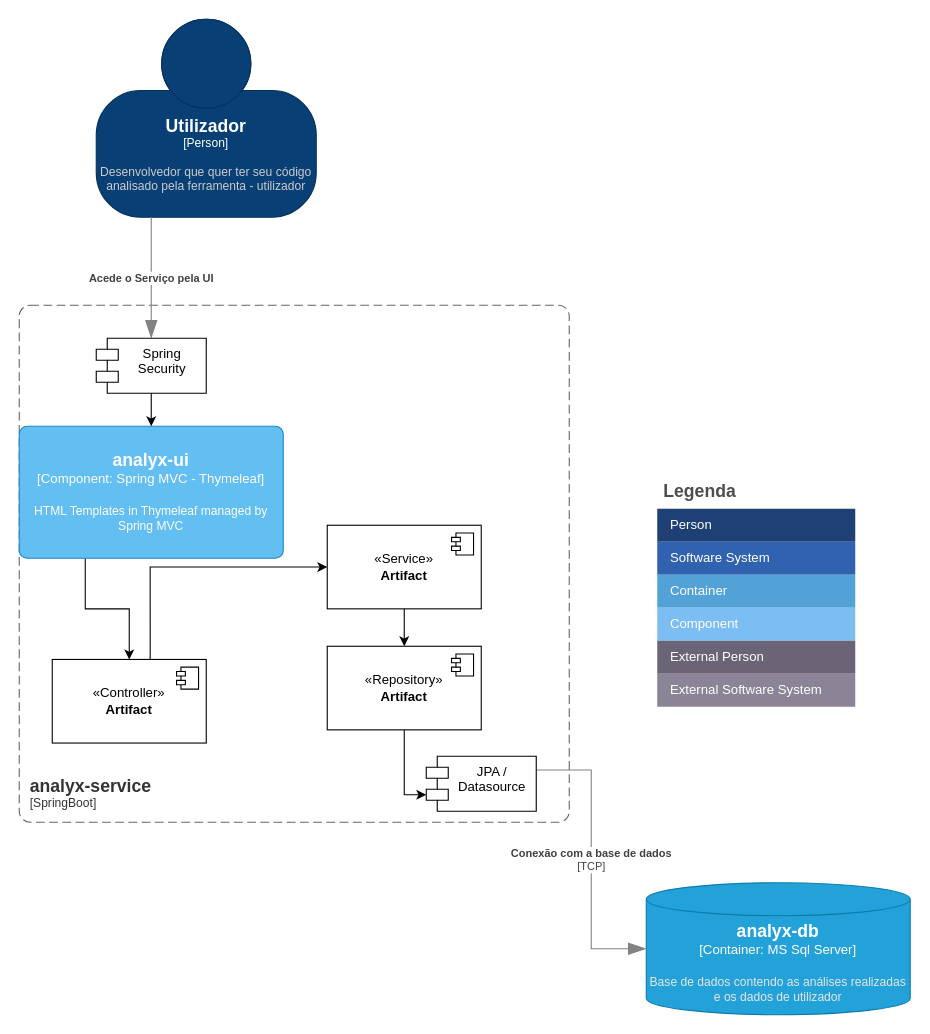
sergiowww-iscte-iul/analyx keeps this draw.io diagram as docs/DiagramaArquitetura.drawio. Above is the earlier version. Source tidied: cells renumbered, new cells numbered last; positions are measured from the earlier drawing's top-left corner, leaving out a move shared by most shapes. Both pictures are drawn from the tidied source at 110%, with x=0, y=0 at pixel (19, 19).
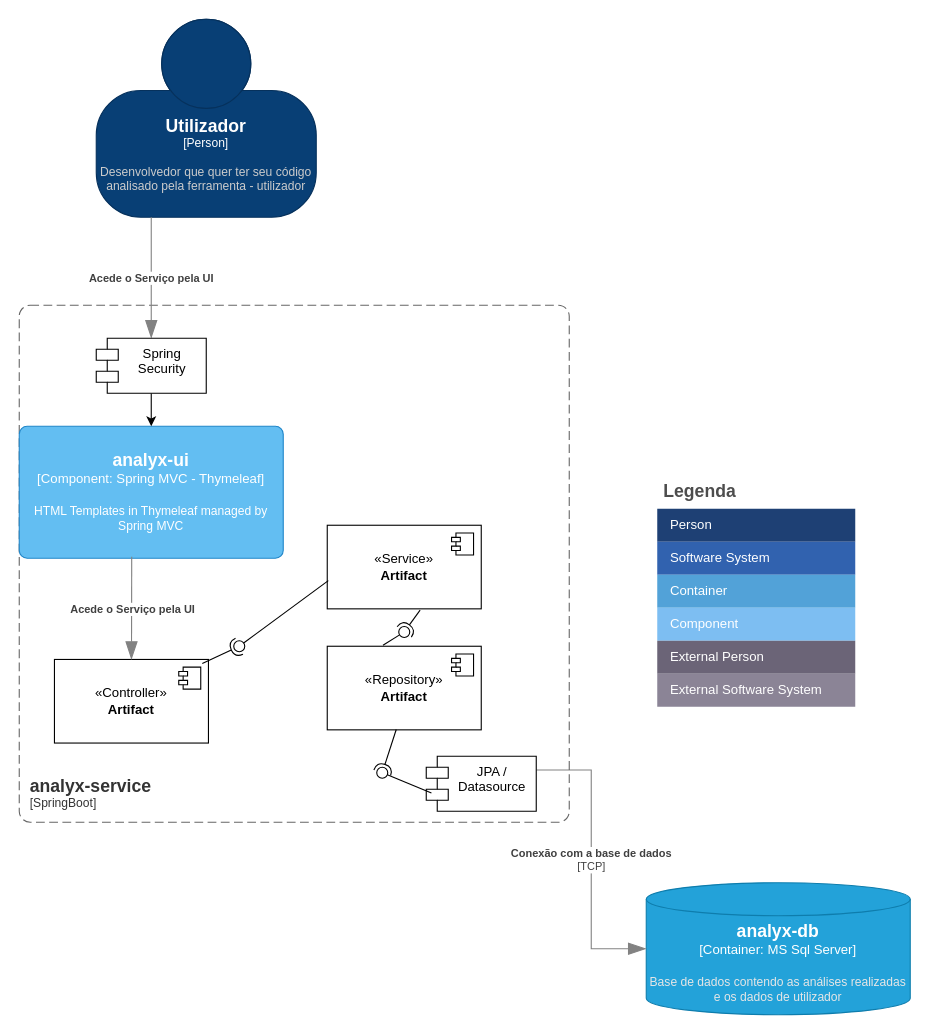
The same diagram, later.

Commit message (it also covers changes not shown here):
Atualização dos diagramas

The change refers to these unchanged cells:
```xml
<mxCell id="23" value="«Service»&lt;br&gt;&lt;b&gt;Artifact&lt;/b&gt;" style="html=1;whiteSpace=wrap;" parent="1" vertex="1">
  <mxGeometry x="280" y="460" width="140" height="76" as="geometry" />
</mxCell>
<mxCell id="25" value="«Repository»&lt;br&gt;&lt;b&gt;Artifact&lt;/b&gt;" style="html=1;whiteSpace=wrap;" parent="1" vertex="1">
  <mxGeometry x="280" y="570" width="140" height="76" as="geometry" />
</mxCell>
<mxCell id="27" value="JPA / Datasource" style="shape=module;align=left;spacingLeft=20;align=center;verticalAlign=top;whiteSpace=wrap;html=1;" parent="1" vertex="1">
  <mxGeometry x="370" y="670" width="100" height="50" as="geometry" />
</mxCell>
<object id="30" label="&lt;font style=&quot;font-size: 16px&quot;&gt;&lt;b&gt;%c4Name%&lt;/b&gt;&lt;/font&gt;&lt;div&gt;[%c4Type%: %c4Technology%]&lt;/div&gt;&lt;br&gt;&lt;div&gt;&lt;font style=&quot;font-size: 11px&quot;&gt;%c4Description%&lt;/font&gt;&lt;/div&gt;" c4Description="HTML Templates in Thymeleaf managed by Spring MVC" c4Name="analyx-ui" c4Technology="Spring MVC - Thymeleaf" c4Type="Component" placeholders="1">
  <mxCell style="rounded=1;whiteSpace=wrap;html=1;labelBackgroundColor=none;fillColor=#63BEF2;fontColor=#ffffff;align=center;arcSize=6;strokeColor=#2086C9;points=[[0.25,0,0],[0.5,0,0],[0.75,0,0],[1,0.25,0],[1,0.5,0],[1,0.75,0],[0.75,1,0],[0.5,1,0],[0.25,1,0],[0,0.75,0],[0,0.5,0],[0,0.25,0]];" parent="1" vertex="1">
    <mxGeometry y="370" width="240" height="120" as="geometry" />
  </mxCell>
</object>
```

What changed in the source:
```diff
@@
-    <mxCell id="19" style="edgeStyle=orthogonalEdgeStyle;rounded=0;jettySize=auto;html=1;exitX=0.636;exitY=0.013;exitDx=0;exitDy=0;exitPerimeter=0;entryX=0;entryY=0.5;entryDx=0;entryDy=0;" parent="1" edge="1" source="20" target="23">
-      <mxGeometry relative="1" as="geometry" />
-    </mxCell>
     <mxCell id="20" value="«Controller»&lt;br&gt;&lt;b&gt;Artifact&lt;/b&gt;" style="html=1;whiteSpace=wrap;" parent="1" vertex="1">
-      <mxGeometry x="30" y="582" width="140" height="76" as="geometry" />
+      <mxGeometry x="32" y="582" width="140" height="76" as="geometry" />
     </mxCell>
@@
-    <mxCell id="22" style="edgeStyle=orthogonalEdgeStyle;rounded=0;jettySize=auto;html=1;entryX=0.5;entryY=0;entryDx=0;entryDy=0;" parent="1" edge="1" source="23" target="25">
-      <mxGeometry relative="1" as="geometry" />
-    </mxCell>
@@
-    <mxCell id="28" style="edgeStyle=orthogonalEdgeStyle;rounded=0;jettySize=auto;html=1;entryX=0;entryY=0;entryDx=0;entryDy=35;entryPerimeter=0;" parent="1" edge="1" source="25" target="27">
-      <mxGeometry relative="1" as="geometry" />
-    </mxCell>
-    <mxCell id="29" style="edgeStyle=orthogonalEdgeStyle;rounded=0;jettySize=auto;html=1;exitX=0.25;exitY=1;exitDx=0;exitDy=0;exitPerimeter=0;" parent="1" edge="1" source="30" target="20">
-      <mxGeometry relative="1" as="geometry" />
-    </mxCell>
@@
+    <mxCell id="34" style="ellipse;whiteSpace=wrap;html=1;align=center;fillColor=none;strokeColor=none;perimeter=centerPerimeter;" parent="1" vertex="1">
+      <mxGeometry x="70" y="550" width="10" height="10" as="geometry" />
+    </mxCell>
+    <mxCell id="35" style="rounded=0;jettySize=auto;html=1;endArrow=halfCircle;endFill=0;endSize=6;strokeWidth=1;sketch=0;exitX=0.96;exitY=0.049;exitDx=0;exitDy=0;exitPerimeter=0;" parent="1" edge="1" source="20">
+      <mxGeometry relative="1" as="geometry">
+        <mxPoint x="200" y="570" as="targetPoint" />
+      </mxGeometry>
+    </mxCell>
+    <mxCell id="36" style="rounded=0;jettySize=auto;html=1;endArrow=oval;endFill=0;sketch=0;sourcePerimeterSpacing=0;targetPerimeterSpacing=0;endSize=10;exitX=0.007;exitY=0.662;exitDx=0;exitDy=0;exitPerimeter=0;" parent="1" edge="1" source="23">
+      <mxGeometry relative="1" as="geometry">
+        <mxPoint x="200" y="570" as="targetPoint" />
+      </mxGeometry>
+    </mxCell>
+    <mxCell id="37" style="ellipse;whiteSpace=wrap;html=1;align=center;fillColor=none;strokeColor=none;perimeter=centerPerimeter;" parent="1" vertex="1">
+      <mxGeometry x="415" y="370" width="10" height="10" as="geometry" />
+    </mxCell>
+    <mxCell id="38" style="rounded=0;jettySize=auto;html=1;endArrow=halfCircle;endFill=0;endSize=6;strokeWidth=1;sketch=0;exitX=0.603;exitY=1.015;exitDx=0;exitDy=0;exitPerimeter=0;" parent="1" edge="1" source="23" target="40">
+      <mxGeometry relative="1" as="geometry" />
+    </mxCell>
+    <mxCell id="39" style="rounded=0;jettySize=auto;html=1;endArrow=oval;endFill=0;sketch=0;sourcePerimeterSpacing=0;targetPerimeterSpacing=0;endSize=10;exitX=0.362;exitY=-0.011;exitDx=0;exitDy=0;exitPerimeter=0;" parent="1" edge="1" source="25" target="40">
+      <mxGeometry relative="1" as="geometry" />
+    </mxCell>
+    <mxCell id="40" style="ellipse;whiteSpace=wrap;html=1;align=center;fillColor=none;strokeColor=none;perimeter=centerPerimeter;points=[];outlineConnect=1;" parent="1" vertex="1">
+      <mxGeometry x="345" y="552" width="10" height="10" as="geometry" />
+    </mxCell>
+    <mxCell id="41" style="rounded=0;jettySize=auto;html=1;endArrow=halfCircle;endFill=0;endSize=6;strokeWidth=1;sketch=0;exitX=0.448;exitY=0.996;exitDx=0;exitDy=0;exitPerimeter=0;" parent="1" edge="1" source="25" target="43">
+      <mxGeometry relative="1" as="geometry" />
+    </mxCell>
+    <mxCell id="42" style="rounded=0;jettySize=auto;html=1;endArrow=oval;endFill=0;sketch=0;sourcePerimeterSpacing=0;targetPerimeterSpacing=0;endSize=10;exitX=0.047;exitY=0.669;exitDx=0;exitDy=0;exitPerimeter=0;" parent="1" edge="1" source="27" target="43">
+      <mxGeometry relative="1" as="geometry" />
+    </mxCell>
+    <mxCell id="43" style="ellipse;whiteSpace=wrap;html=1;align=center;fillColor=none;strokeColor=none;perimeter=centerPerimeter;points=[];outlineConnect=1;" parent="1" vertex="1">
+      <mxGeometry x="325" y="680" width="10" height="10" as="geometry" />
+    </mxCell>
+    <object id="29" label="&lt;div style=&quot;text-align: left&quot;&gt;&lt;div style=&quot;text-align: center&quot;&gt;&lt;b&gt;%c4Description%&lt;/b&gt;&lt;/div&gt;" c4Description="Acede o Serviço pela UI" placeholders="1">
+      <mxCell style="endArrow=blockThin;html=1;fontSize=10;fontColor=#404040;strokeWidth=1;endFill=1;strokeColor=#828282;elbow=vertical;endSize=14;startSize=14;jumpStyle=arc;jumpSize=16;rounded=0;edgeStyle=orthogonalEdgeStyle;exitX=0.426;exitY=0.988;exitDx=0;exitDy=0;exitPerimeter=0;entryX=0.5;entryY=0;entryDx=0;entryDy=0;" parent="1" edge="1" source="30" target="20">
+        <mxGeometry relative="1" as="geometry" />
+      </mxCell>
+    </object>
```
